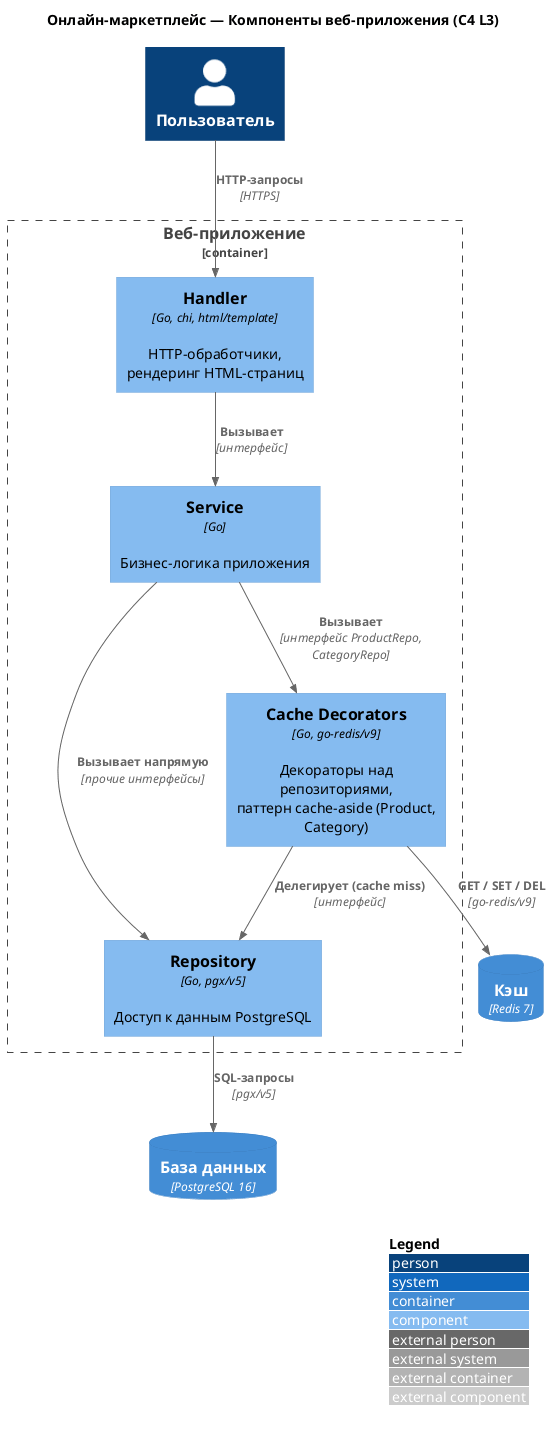
Above: diagrams/out/C4_L3.png in beastixq/marketplace (PlantUML), before the change.
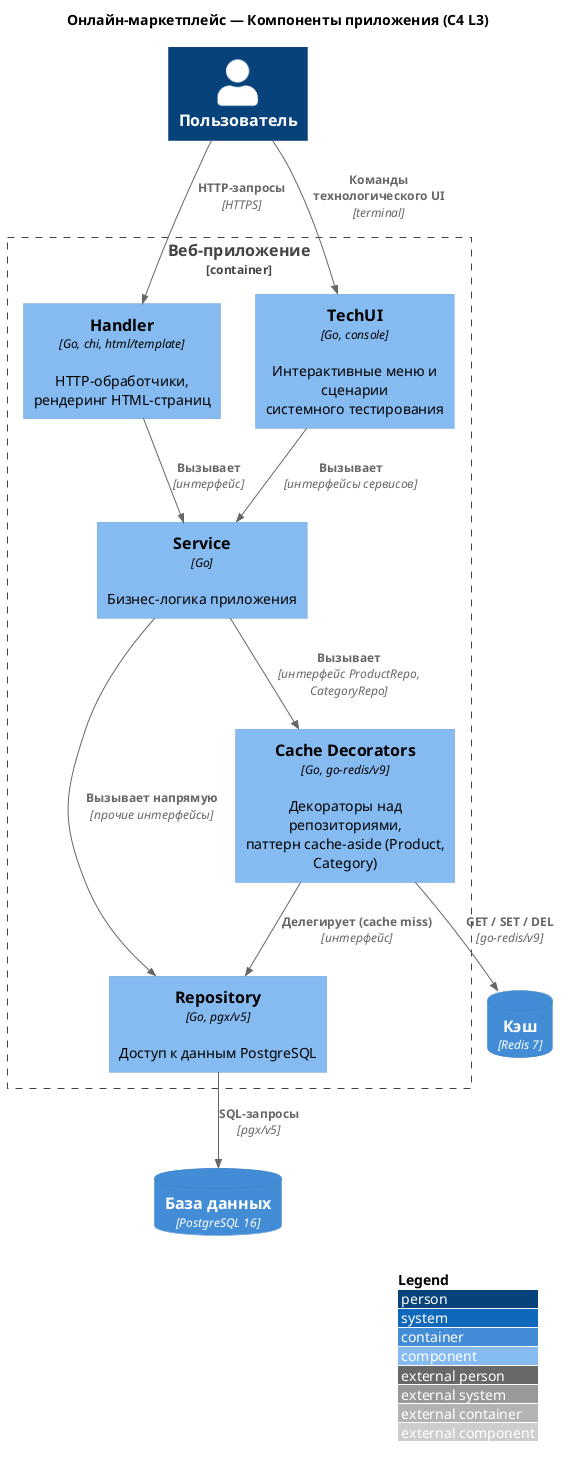
The same diagram one commit later.

The edit, as a diff of the source:
```diff
@@ -1,12 +1,13 @@
 @startuml C4_L3
 !include <C4/C4_Component>
 
-title Онлайн-маркетплейс — Компоненты веб-приложения (C4 L3)
+title Онлайн-маркетплейс — Компоненты приложения (C4 L3)
 
 Person(user, "Пользователь")
 
 Container_Boundary(webapp, "Веб-приложение") {
     Component(handler, "Handler", "Go, chi, html/template", "HTTP-обработчики, рендеринг HTML-страниц")
+    Component(techui, "TechUI", "Go, console", "Интерактивные меню и сценарии\nсистемного тестирования")
     Component(service, "Service", "Go", "Бизнес-логика приложения")
     Component(cache, "Cache Decorators", "Go, go-redis/v9", "Декораторы над репозиториями,\nпаттерн cache-aside (Product, Category)")
     Component(repository, "Repository", "Go, pgx/v5", "Доступ к данным PostgreSQL")
@@ -16,7 +17,9 @@
 ContainerDb(redis, "Кэш", "Redis 7", "")
 
 Rel(user, handler, "HTTP-запросы", "HTTPS")
+Rel(user, techui, "Команды технологического UI", "terminal")
 Rel(handler, service, "Вызывает", "интерфейс")
+Rel(techui, service, "Вызывает", "интерфейсы сервисов")
 Rel(service, cache, "Вызывает", "интерфейс ProductRepo, CategoryRepo")
 Rel(service, repository, "Вызывает напрямую", "прочие интерфейсы")
 Rel(cache, repository, "Делегирует (cache miss)", "интерфейс")
```
